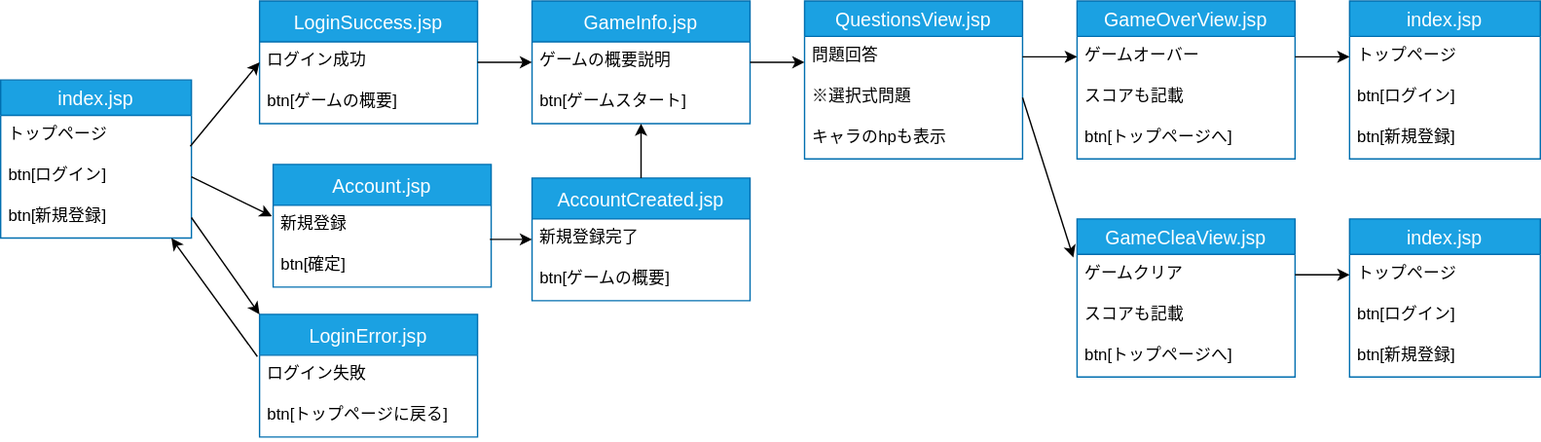
Above: Portfolio2.svg in Miki1103/ITWorkshop (draw.io), before the change. Source tidied: cells renumbered, new cells last; positions are measured from the earlier drawing's top-left corner, leaving out a move shared by most shapes.
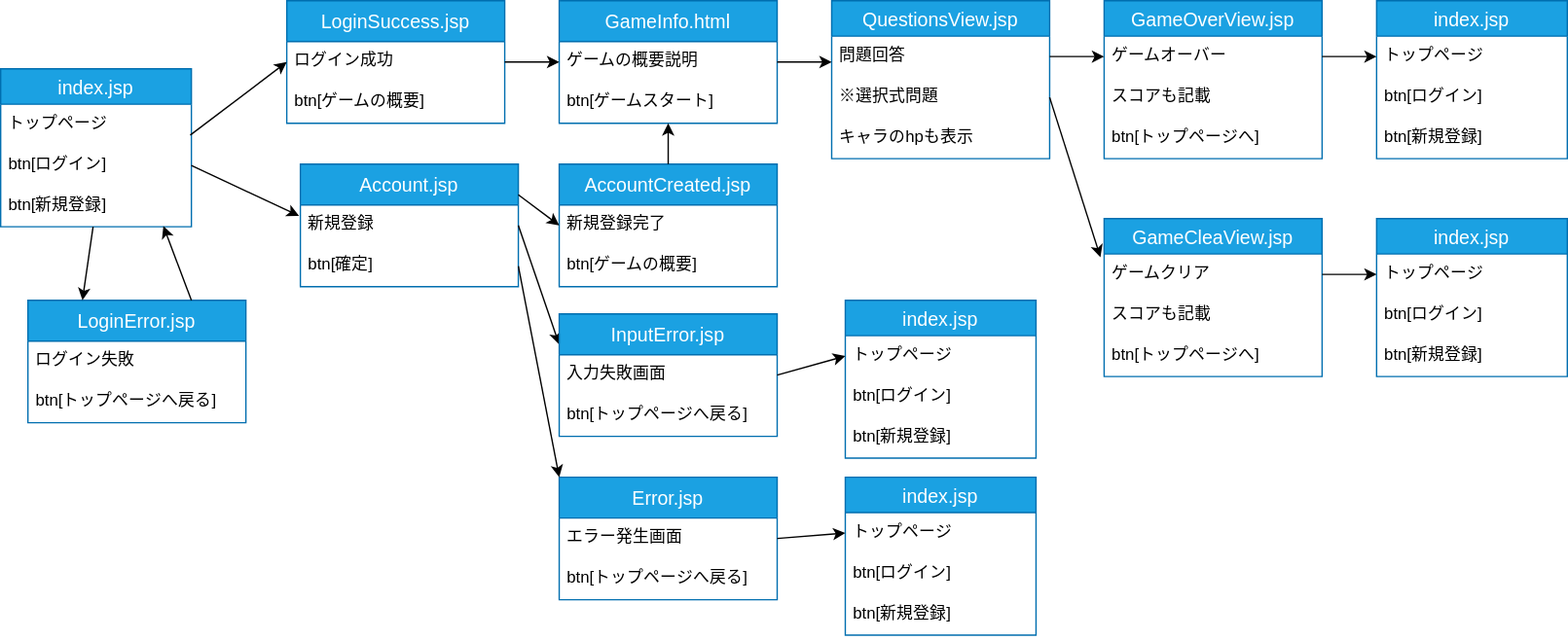
After the change.

What changed in the source:
```diff
@@ -3,7 +3,7 @@
     <mxCell id="0" />
     <mxCell id="1" parent="0" />
     <mxCell id="2" value="index.jsp" style="swimlane;fontStyle=0;horizontal=1;startSize=26;align=center;fontSize=14;strokeColor=#006EAF;fillColor=#1ba1e2;fontColor=#ffffff;" parent="1" vertex="1">
-      <mxGeometry y="58" width="140" height="116" as="geometry" />
+      <mxGeometry x="-20" y="50" width="140" height="116" as="geometry" />
     </mxCell>
     <mxCell id="3" value="トップページ" style="text;strokeColor=none;fillColor=none;spacingLeft=4;spacingRight=4;overflow=hidden;points=[[0,0.5],[1,0.5]];portConstraint=eastwest;fontSize=12;fontColor=#000000;" parent="2" vertex="1">
       <mxGeometry y="26" width="140" height="30" as="geometry" />
@@ -36,16 +36,16 @@
       <mxGeometry y="86" width="160" height="30" as="geometry" />
     </mxCell>
     <mxCell id="13" value="LoginError.jsp" style="swimlane;fontStyle=0;horizontal=1;startSize=30;align=center;fontSize=14;strokeColor=#006EAF;fillColor=#1ba1e2;fontColor=#ffffff;" parent="1" vertex="1">
-      <mxGeometry x="190" y="230" width="160" height="90" as="geometry" />
+      <mxGeometry y="220" width="160" height="90" as="geometry" />
     </mxCell>
     <mxCell id="14" value="ログイン失敗" style="text;strokeColor=none;fillColor=none;spacingLeft=4;spacingRight=4;overflow=hidden;points=[[0,0.5],[1,0.5]];portConstraint=eastwest;fontSize=12;fontColor=#000000;" parent="13" vertex="1">
       <mxGeometry y="30" width="160" height="30" as="geometry" />
     </mxCell>
-    <mxCell id="15" value="btn[トップページに戻る]" style="text;strokeColor=none;fillColor=none;spacingLeft=4;spacingRight=4;overflow=hidden;fontSize=12;fontColor=#000000;" parent="13" vertex="1">
+    <mxCell id="15" value="btn[トップページへ戻る]" style="text;strokeColor=none;fillColor=none;spacingLeft=4;spacingRight=4;overflow=hidden;fontSize=12;fontColor=#000000;" parent="13" vertex="1">
       <mxGeometry y="60" width="160" height="30" as="geometry" />
     </mxCell>
     <mxCell id="16" value="AccountCreated.jsp" style="swimlane;fontStyle=0;horizontal=1;startSize=30;align=center;fontSize=14;fillColor=#1ba1e2;strokeColor=#006EAF;fontColor=#ffffff;" parent="1" vertex="1">
-      <mxGeometry x="390" y="130" width="160" height="90" as="geometry" />
+      <mxGeometry x="390" y="120" width="160" height="90" as="geometry" />
     </mxCell>
     <mxCell id="17" value="新規登録完了" style="text;strokeColor=none;fillColor=none;spacingLeft=4;spacingRight=4;overflow=hidden;points=[[0,0.5],[1,0.5]];portConstraint=eastwest;fontSize=12;fontColor=#000000;" parent="16" vertex="1">
       <mxGeometry y="30" width="160" height="30" as="geometry" />
@@ -107,7 +107,7 @@
     <mxCell id="36" style="edgeStyle=none;html=1;exitX=1;exitY=0.5;exitDx=0;exitDy=0;entryX=-0.006;entryY=0.267;entryDx=0;entryDy=0;strokeColor=#000000;entryPerimeter=0;" parent="1" edge="1" source="4" target="50">
       <mxGeometry relative="1" as="geometry" />
     </mxCell>
-    <mxCell id="37" style="edgeStyle=none;html=1;exitX=1;exitY=0.5;exitDx=0;exitDy=0;entryX=0;entryY=0;entryDx=0;entryDy=0;strokeColor=#000000;" parent="1" edge="1" source="5" target="13">
+    <mxCell id="37" style="edgeStyle=none;html=1;entryX=0.25;entryY=0;entryDx=0;entryDy=0;strokeColor=#000000;" parent="1" edge="1" source="5" target="13">
       <mxGeometry relative="1" as="geometry" />
     </mxCell>
     <mxCell id="38" style="edgeStyle=none;html=1;exitX=1;exitY=0.5;exitDx=0;exitDy=0;entryX=0;entryY=0.5;entryDx=0;entryDy=0;strokeColor=#000000;" parent="1" edge="1" source="10" target="20">
@@ -122,10 +122,10 @@
     <mxCell id="41" style="edgeStyle=none;html=1;exitX=1;exitY=0.5;exitDx=0;exitDy=0;entryX=0;entryY=0.5;entryDx=0;entryDy=0;strokeColor=#000000;" parent="1" edge="1" source="24" target="32">
       <mxGeometry relative="1" as="geometry" />
     </mxCell>
-    <mxCell id="42" style="edgeStyle=none;html=1;exitX=-0.01;exitY=0.033;exitDx=0;exitDy=0;entryX=0.895;entryY=1.002;entryDx=0;entryDy=0;entryPerimeter=0;strokeColor=#000000;fontColor=#000000;exitPerimeter=0;" parent="1" edge="1" source="14" target="5">
+    <mxCell id="42" style="edgeStyle=none;html=1;exitX=0.75;exitY=0;exitDx=0;exitDy=0;entryX=0.853;entryY=0.983;entryDx=0;entryDy=0;entryPerimeter=0;strokeColor=#000000;fontColor=#000000;" parent="1" edge="1" source="13" target="5">
       <mxGeometry relative="1" as="geometry" />
     </mxCell>
-    <mxCell id="43" value="GameInfo.jsp" style="swimlane;fontStyle=0;horizontal=1;startSize=30;align=center;fontSize=14;strokeColor=#006EAF;fillColor=#1ba1e2;fontColor=#ffffff;" parent="1" vertex="1">
+    <mxCell id="43" value="GameInfo.html" style="swimlane;fontStyle=0;horizontal=1;startSize=30;align=center;fontSize=14;strokeColor=#006EAF;fillColor=#1ba1e2;fontColor=#ffffff;" parent="1" vertex="1">
       <mxGeometry x="390" width="160" height="90" as="geometry" />
     </mxCell>
     <mxCell id="44" value="ゲームの概要説明" style="text;strokeColor=none;fillColor=none;spacingLeft=4;spacingRight=4;overflow=hidden;points=[[0,0.5],[1,0.5]];portConstraint=eastwest;fontSize=12;fontColor=#000000;" parent="43" vertex="1">
@@ -139,7 +139,7 @@
     </mxCell>
     <mxCell id="47" style="edgeStyle=none;html=1;strokeColor=#000000;" parent="1" edge="1" target="45">
       <mxGeometry relative="1" as="geometry">
-        <mxPoint x="470" y="130" as="sourcePoint" />
+        <mxPoint x="470" y="120" as="sourcePoint" />
       </mxGeometry>
     </mxCell>
     <mxCell id="48" style="edgeStyle=none;html=1;exitX=1;exitY=0.5;exitDx=0;exitDy=0;strokeColor=#000000;" parent="1" edge="1" source="44">
@@ -156,8 +156,62 @@
     <mxCell id="51" value="btn[確定]" style="text;strokeColor=none;fillColor=none;spacingLeft=4;spacingRight=4;overflow=hidden;points=[[0,0.5],[1,0.5]];portConstraint=eastwest;fontSize=12;fontColor=#000000;" parent="49" vertex="1">
       <mxGeometry y="60" width="160" height="30" as="geometry" />
     </mxCell>
-    <mxCell id="52" style="edgeStyle=none;html=1;exitX=0.994;exitY=0.833;exitDx=0;exitDy=0;entryX=0;entryY=0.5;entryDx=0;entryDy=0;strokeColor=#000000;exitPerimeter=0;" parent="1" edge="1" source="50" target="17">
+    <mxCell id="52" style="edgeStyle=none;html=1;exitX=1;exitY=0.25;exitDx=0;exitDy=0;entryX=0;entryY=0.5;entryDx=0;entryDy=0;strokeColor=#000000;" parent="1" edge="1" source="49" target="17">
       <mxGeometry relative="1" as="geometry" />
     </mxCell>
+    <mxCell id="53" style="edgeStyle=none;html=1;exitX=1;exitY=0.5;exitDx=0;exitDy=0;strokeColor=#000000;entryX=0;entryY=0.25;entryDx=0;entryDy=0;" parent="1" edge="1" source="50" target="54">
+      <mxGeometry relative="1" as="geometry" />
+    </mxCell>
+    <mxCell id="54" value="InputError.jsp" style="swimlane;fontStyle=0;horizontal=1;startSize=30;align=center;fontSize=14;fillColor=#1ba1e2;strokeColor=#006EAF;fontColor=#ffffff;" parent="1" vertex="1">
+      <mxGeometry x="390" y="230" width="160" height="90" as="geometry" />
+    </mxCell>
+    <mxCell id="55" value="入力失敗画面" style="text;strokeColor=none;fillColor=none;spacingLeft=4;spacingRight=4;overflow=hidden;points=[[0,0.5],[1,0.5]];portConstraint=eastwest;fontSize=12;fontColor=#000000;" parent="54" vertex="1">
+      <mxGeometry y="30" width="160" height="30" as="geometry" />
+    </mxCell>
+    <mxCell id="56" value="btn[トップページへ戻る]" style="text;strokeColor=none;fillColor=none;spacingLeft=4;spacingRight=4;overflow=hidden;fontSize=12;fontColor=#000000;" parent="54" vertex="1">
+      <mxGeometry y="60" width="160" height="30" as="geometry" />
+    </mxCell>
+    <mxCell id="57" value="Error.jsp" style="swimlane;fontStyle=0;horizontal=1;startSize=30;align=center;fontSize=14;fillColor=#1ba1e2;strokeColor=#006EAF;fontColor=#ffffff;" parent="1" vertex="1">
+      <mxGeometry x="390" y="350" width="160" height="90" as="geometry" />
+    </mxCell>
+    <mxCell id="58" value="エラー発生画面" style="text;strokeColor=none;fillColor=none;spacingLeft=4;spacingRight=4;overflow=hidden;points=[[0,0.5],[1,0.5]];portConstraint=eastwest;fontSize=12;fontColor=#000000;" parent="57" vertex="1">
+      <mxGeometry y="30" width="160" height="30" as="geometry" />
+    </mxCell>
+    <mxCell id="59" value="btn[トップページへ戻る]" style="text;strokeColor=none;fillColor=none;spacingLeft=4;spacingRight=4;overflow=hidden;fontSize=12;fontColor=#000000;" parent="57" vertex="1">
+      <mxGeometry y="60" width="160" height="30" as="geometry" />
+    </mxCell>
+    <mxCell id="60" style="edgeStyle=none;html=1;exitX=1;exitY=0.5;exitDx=0;exitDy=0;entryX=0;entryY=0;entryDx=0;entryDy=0;strokeColor=#000000;" parent="1" edge="1" source="51" target="57">
+      <mxGeometry relative="1" as="geometry" />
+    </mxCell>
+    <mxCell id="61" value="index.jsp" style="swimlane;fontStyle=0;horizontal=1;startSize=26;align=center;fontSize=14;strokeColor=#006EAF;fillColor=#1ba1e2;fontColor=#ffffff;" parent="1" vertex="1">
+      <mxGeometry x="600" y="220" width="140" height="116" as="geometry" />
+    </mxCell>
+    <mxCell id="62" value="トップページ" style="text;strokeColor=none;fillColor=none;spacingLeft=4;spacingRight=4;overflow=hidden;points=[[0,0.5],[1,0.5]];portConstraint=eastwest;fontSize=12;fontColor=#000000;" parent="61" vertex="1">
+      <mxGeometry y="26" width="140" height="30" as="geometry" />
+    </mxCell>
+    <mxCell id="63" value="btn[ログイン]" style="text;strokeColor=none;fillColor=none;spacingLeft=4;spacingRight=4;overflow=hidden;fontSize=12;fontColor=#000000;" parent="61" vertex="1">
+      <mxGeometry y="56" width="140" height="30" as="geometry" />
+    </mxCell>
+    <mxCell id="64" value="btn[新規登録]" style="text;strokeColor=none;fillColor=none;spacingLeft=4;spacingRight=4;overflow=hidden;fontSize=12;fontColor=#000000;" parent="61" vertex="1">
+      <mxGeometry y="86" width="140" height="30" as="geometry" />
+    </mxCell>
+    <mxCell id="65" value="index.jsp" style="swimlane;fontStyle=0;horizontal=1;startSize=26;align=center;fontSize=14;strokeColor=#006EAF;fillColor=#1ba1e2;fontColor=#ffffff;" parent="1" vertex="1">
+      <mxGeometry x="600" y="350" width="140" height="116" as="geometry" />
+    </mxCell>
+    <mxCell id="66" value="トップページ" style="text;strokeColor=none;fillColor=none;spacingLeft=4;spacingRight=4;overflow=hidden;points=[[0,0.5],[1,0.5]];portConstraint=eastwest;fontSize=12;fontColor=#000000;" parent="65" vertex="1">
+      <mxGeometry y="26" width="140" height="30" as="geometry" />
+    </mxCell>
+    <mxCell id="67" value="btn[ログイン]" style="text;strokeColor=none;fillColor=none;spacingLeft=4;spacingRight=4;overflow=hidden;fontSize=12;fontColor=#000000;" parent="65" vertex="1">
+      <mxGeometry y="56" width="140" height="30" as="geometry" />
+    </mxCell>
+    <mxCell id="68" value="btn[新規登録]" style="text;strokeColor=none;fillColor=none;spacingLeft=4;spacingRight=4;overflow=hidden;fontSize=12;fontColor=#000000;" parent="65" vertex="1">
+      <mxGeometry y="86" width="140" height="30" as="geometry" />
+    </mxCell>
+    <mxCell id="69" style="edgeStyle=none;html=1;exitX=1;exitY=0.5;exitDx=0;exitDy=0;entryX=0;entryY=0.5;entryDx=0;entryDy=0;strokeColor=#000000;" parent="1" edge="1" source="55" target="62">
+      <mxGeometry relative="1" as="geometry" />
+    </mxCell>
+    <mxCell id="70" style="edgeStyle=none;html=1;exitX=1;exitY=0.5;exitDx=0;exitDy=0;entryX=0;entryY=0.5;entryDx=0;entryDy=0;strokeColor=#000000;" parent="1" edge="1" source="58" target="66">
+      <mxGeometry relative="1" as="geometry" />
+    </mxCell>
   </root>
 </mxGraphModel>
```
